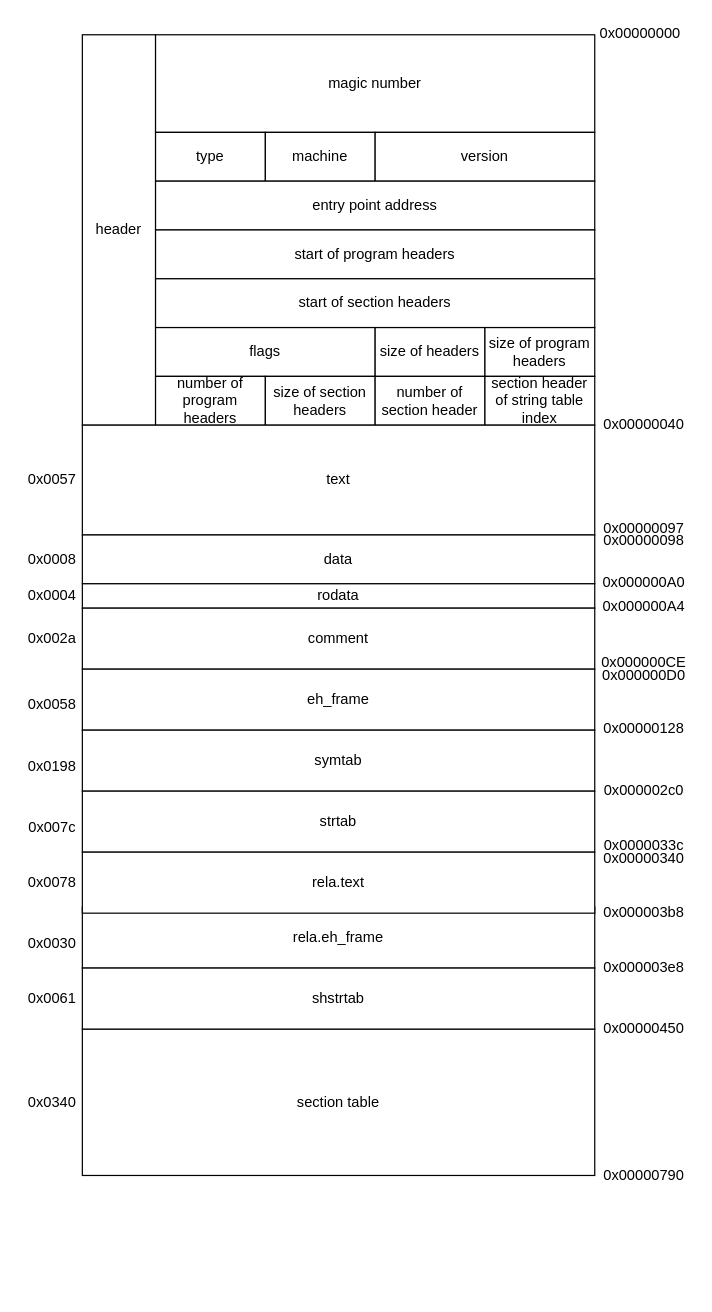
Earlier version of the draw.io diagram 程序员的自我修养/elf.drawio (SWJTUjch/obsidian). Source tidied: cells renumbered, new cells numbered last; positions are measured from the earlier drawing's top-left corner, leaving out a move shared by most shapes. Both pictures are drawn from the tidied source at 122%, with x=0, y=0 at pixel (21, 21).
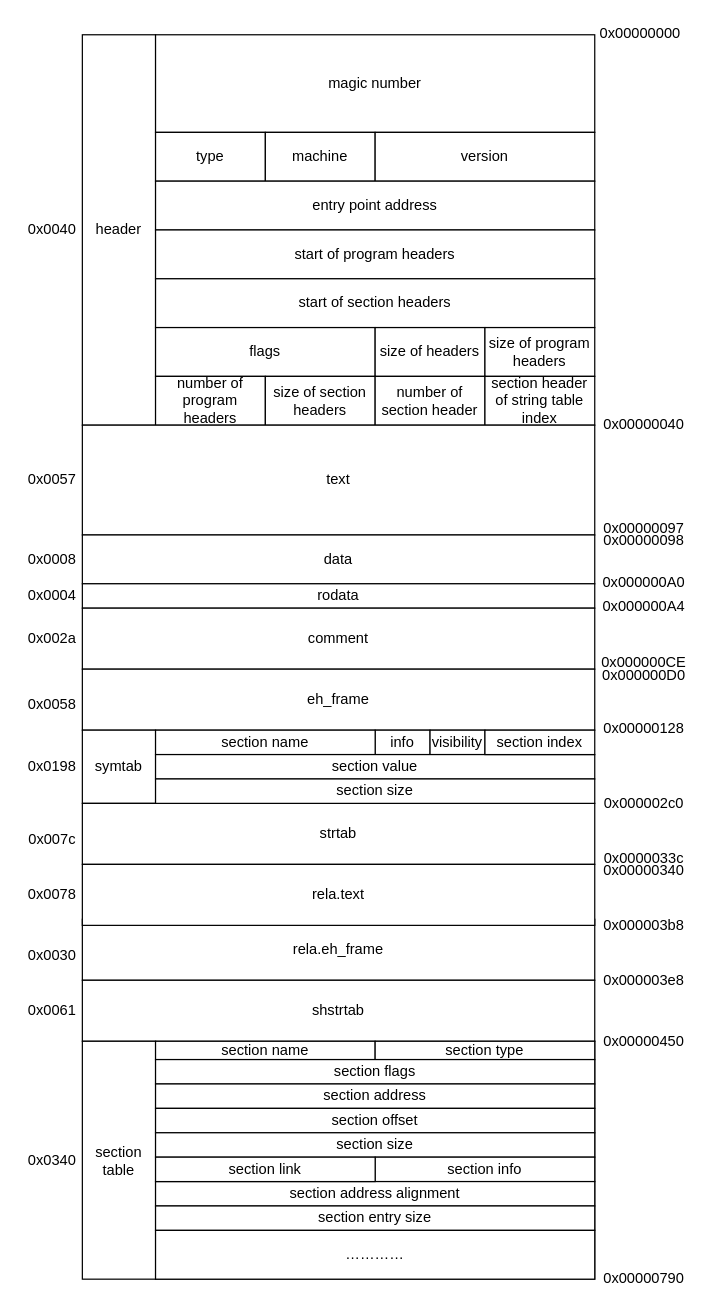
After the change.

What changed in the source:
```diff
@@
     <mxCell id="31" value="symtab" style="rounded=0;whiteSpace=wrap;html=1;" parent="1" vertex="1">
-      <mxGeometry x="50" y="581" width="420" height="50" as="geometry" />
+      <mxGeometry x="50" y="581" width="60" height="60" as="geometry" />
     </mxCell>
     <mxCell id="32" value="0x000002c0" style="text;html=1;align=center;verticalAlign=middle;" parent="1" vertex="1">
-      <mxGeometry x="470" y="621" width="80" height="20" as="geometry" />
+      <mxGeometry x="470" y="631" width="80" height="20" as="geometry" />
     </mxCell>
     <mxCell id="33" value="strtab" style="rounded=0;whiteSpace=wrap;html=1;" parent="1" vertex="1">
-      <mxGeometry x="50" y="631" width="420" height="50" as="geometry" />
+      <mxGeometry x="50" y="641" width="420" height="50" as="geometry" />
     </mxCell>
     <mxCell id="34" value="0x000003b8" style="text;html=1;align=center;verticalAlign=middle;" parent="1" vertex="1">
-      <mxGeometry x="470" y="721" width="80" height="20" as="geometry" />
+      <mxGeometry x="470" y="731" width="80" height="20" as="geometry" />
     </mxCell>
     <mxCell id="35" value="rela.eh_frame" style="rounded=0;whiteSpace=wrap;html=1;" parent="1" vertex="1">
-      <mxGeometry x="50" y="726" width="420" height="50" as="geometry" />
+      <mxGeometry x="50" y="736" width="420" height="50" as="geometry" />
     </mxCell>
     <mxCell id="36" value="0x000003e8" style="text;html=1;align=center;verticalAlign=middle;" parent="1" vertex="1">
-      <mxGeometry x="470" y="766" width="80" height="20" as="geometry" />
+      <mxGeometry x="470" y="776" width="80" height="20" as="geometry" />
     </mxCell>
-    <mxCell id="37" value="section table" style="rounded=0;whiteSpace=wrap;html=1;" parent="1" vertex="1">
-      <mxGeometry x="50" y="826" width="420" height="120" as="geometry" />
+    <mxCell id="37" style="rounded=0;whiteSpace=wrap;html=1;" parent="1" vertex="1">
+      <mxGeometry x="110" y="836" width="360" height="195" as="geometry" />
     </mxCell>
     <mxCell id="38" value="0x00000450" style="text;html=1;align=center;verticalAlign=middle;" parent="1" vertex="1">
-      <mxGeometry x="470" y="816" width="80" height="20" as="geometry" />
+      <mxGeometry x="470" y="826" width="80" height="20" as="geometry" />
     </mxCell>
     <mxCell id="39" value="shstrtab" style="rounded=0;whiteSpace=wrap;html=1;" parent="1" vertex="1">
-      <mxGeometry x="50" y="776" width="420" height="50" as="geometry" />
+      <mxGeometry x="50" y="786" width="420" height="50" as="geometry" />
     </mxCell>
     <mxCell id="40" value="0x00000790" style="text;html=1;align=center;verticalAlign=middle;" parent="1" vertex="1">
-      <mxGeometry x="470" y="936" width="80" height="20" as="geometry" />
+      <mxGeometry x="470" y="1021" width="80" height="20" as="geometry" />
     </mxCell>
@@
     <mxCell id="47" value="0x007c" style="text;html=1;align=center;verticalAlign=middle;" parent="1" vertex="1">
-      <mxGeometry y="651" width="50" height="20" as="geometry" />
+      <mxGeometry y="661" width="50" height="20" as="geometry" />
     </mxCell>
     <mxCell id="48" value="0x0030" style="text;html=1;align=center;verticalAlign=middle;" parent="1" vertex="1">
-      <mxGeometry y="746" width="50" height="20" as="geometry" />
+      <mxGeometry y="756" width="50" height="20" as="geometry" />
     </mxCell>
     <mxCell id="49" value="0x0061" style="text;html=1;align=center;verticalAlign=middle;" parent="1" vertex="1">
-      <mxGeometry y="791" width="50" height="20" as="geometry" />
+      <mxGeometry y="801" width="50" height="20" as="geometry" />
     </mxCell>
     <mxCell id="50" value="0x0340" style="text;html=1;align=center;verticalAlign=middle;" parent="1" vertex="1">
-      <mxGeometry y="876" width="50" height="20" as="geometry" />
+      <mxGeometry y="923.5" width="50" height="20" as="geometry" />
     </mxCell>
     <mxCell id="51" value="rela.text" style="rounded=0;whiteSpace=wrap;html=1;" parent="1" vertex="1">
-      <mxGeometry x="50" y="681" width="420" height="50" as="geometry" />
+      <mxGeometry x="50" y="691" width="420" height="50" as="geometry" />
     </mxCell>
     <mxCell id="52" value="0x00000340" style="text;html=1;align=center;verticalAlign=middle;" parent="1" vertex="1">
-      <mxGeometry x="470" y="676" width="80" height="20" as="geometry" />
+      <mxGeometry x="470" y="686" width="80" height="20" as="geometry" />
     </mxCell>
     <mxCell id="53" value="0x0078" style="text;html=1;align=center;verticalAlign=middle;" parent="1" vertex="1">
-      <mxGeometry y="696" width="50" height="20" as="geometry" />
+      <mxGeometry y="706" width="50" height="20" as="geometry" />
     </mxCell>
     <mxCell id="54" value="0x0000033c" style="text;html=1;align=center;verticalAlign=middle;" parent="1" vertex="1">
-      <mxGeometry x="470" y="666" width="80" height="20" as="geometry" />
+      <mxGeometry x="470" y="676" width="80" height="20" as="geometry" />
     </mxCell>
+    <mxCell id="55" value="section table" style="rounded=0;whiteSpace=wrap;html=1;" parent="1" vertex="1">
+      <mxGeometry x="50" y="836" width="60" height="195" as="geometry" />
+    </mxCell>
+    <mxCell id="56" value="section name" style="rounded=0;whiteSpace=wrap;html=1;" parent="1" vertex="1">
+      <mxGeometry x="110" y="836" width="180" height="15" as="geometry" />
+    </mxCell>
+    <mxCell id="57" value="section type" style="rounded=0;whiteSpace=wrap;html=1;" parent="1" vertex="1">
+      <mxGeometry x="290" y="836" width="180" height="15" as="geometry" />
+    </mxCell>
+    <mxCell id="58" value="section flags" style="rounded=0;whiteSpace=wrap;html=1;" parent="1" vertex="1">
+      <mxGeometry x="110" y="851" width="360" height="20" as="geometry" />
+    </mxCell>
+    <mxCell id="59" value="section address" style="rounded=0;whiteSpace=wrap;html=1;" parent="1" vertex="1">
+      <mxGeometry x="110" y="871" width="360" height="20" as="geometry" />
+    </mxCell>
+    <mxCell id="60" value="section offset" style="rounded=0;whiteSpace=wrap;html=1;" parent="1" vertex="1">
+      <mxGeometry x="110" y="891" width="360" height="20" as="geometry" />
+    </mxCell>
+    <mxCell id="61" value="section size" style="rounded=0;whiteSpace=wrap;html=1;" parent="1" vertex="1">
+      <mxGeometry x="110" y="911" width="360" height="20" as="geometry" />
+    </mxCell>
+    <mxCell id="62" value="section info" style="rounded=0;whiteSpace=wrap;html=1;" parent="1" vertex="1">
+      <mxGeometry x="290" y="931" width="180" height="20" as="geometry" />
+    </mxCell>
+    <mxCell id="63" value="section address alignment" style="rounded=0;whiteSpace=wrap;html=1;" parent="1" vertex="1">
+      <mxGeometry x="110" y="951" width="360" height="20" as="geometry" />
+    </mxCell>
+    <mxCell id="64" value="section entry size" style="rounded=0;whiteSpace=wrap;html=1;" parent="1" vertex="1">
+      <mxGeometry x="110" y="971" width="360" height="20" as="geometry" />
+    </mxCell>
+    <mxCell id="65" value="section link" style="rounded=0;whiteSpace=wrap;html=1;" parent="1" vertex="1">
+      <mxGeometry x="110" y="931" width="180" height="20" as="geometry" />
+    </mxCell>
+    <mxCell id="66" value="…………" style="rounded=0;whiteSpace=wrap;html=1;" parent="1" vertex="1">
+      <mxGeometry x="110" y="991" width="360" height="40" as="geometry" />
+    </mxCell>
+    <mxCell id="67" value="0x0040" style="text;html=1;align=center;verticalAlign=middle;" parent="1" vertex="1">
+      <mxGeometry y="161" width="50" height="20" as="geometry" />
+    </mxCell>
+    <mxCell id="68" value="info" style="rounded=0;whiteSpace=wrap;html=1;" parent="1" vertex="1">
+      <mxGeometry x="290" y="581" width="45" height="20" as="geometry" />
+    </mxCell>
+    <mxCell id="69" value="section name" style="rounded=0;whiteSpace=wrap;html=1;" parent="1" vertex="1">
+      <mxGeometry x="110" y="581" width="180" height="20" as="geometry" />
+    </mxCell>
+    <mxCell id="70" value="visibility" style="rounded=0;whiteSpace=wrap;html=1;" parent="1" vertex="1">
+      <mxGeometry x="335" y="581" width="45" height="20" as="geometry" />
+    </mxCell>
+    <mxCell id="71" value="section value" style="rounded=0;whiteSpace=wrap;html=1;" parent="1" vertex="1">
+      <mxGeometry x="110" y="601" width="360" height="20" as="geometry" />
+    </mxCell>
+    <mxCell id="72" value="section index" style="rounded=0;whiteSpace=wrap;html=1;" parent="1" vertex="1">
+      <mxGeometry x="380" y="581" width="90" height="20" as="geometry" />
+    </mxCell>
+    <mxCell id="73" value="section size" style="rounded=0;whiteSpace=wrap;html=1;" parent="1" vertex="1">
+      <mxGeometry x="110" y="621" width="360" height="20" as="geometry" />
+    </mxCell>
```
